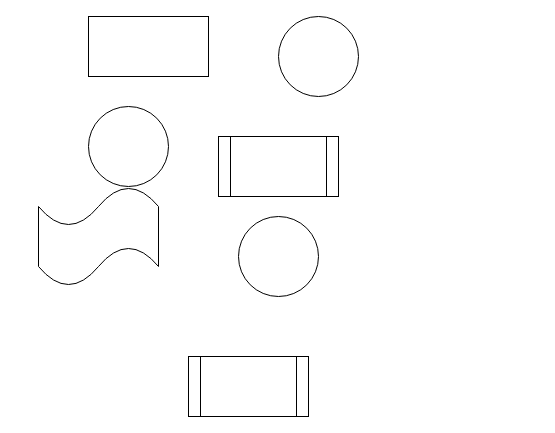
Before: Untitled Diagram.drawio in jiangzhanghong/test, a draw.io diagram. Source tidied: cells renumbered, new cells numbered last; positions are measured from the earlier drawing's top-left corner, leaving out a move shared by most shapes. Both pictures are drawn from the tidied source at 100%, with x=0, y=0 at pixel (38, 16).
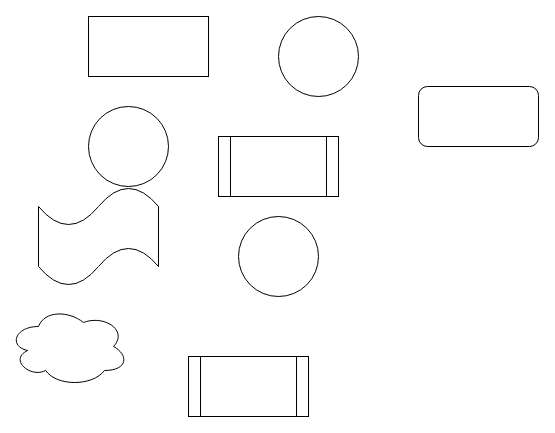
The same diagram, later.

Change to the diagram source:
```diff
@@
 <mxGraphModel>
   <root>
     <mxCell id="0" />
     <mxCell id="1" parent="0" />
     <mxCell id="2" style="shape=process;whiteSpace=wrap;html=1;backgroundOutline=1;" parent="1" vertex="1">
       <mxGeometry x="180" y="120" width="120" height="60" as="geometry" />
     </mxCell>
     <mxCell id="3" style="ellipse;whiteSpace=wrap;html=1;" parent="1" vertex="1">
       <mxGeometry x="200" y="200" width="80" height="80" as="geometry" />
     </mxCell>
     <mxCell id="4" style="shape=tape;whiteSpace=wrap;html=1;" parent="1" vertex="1">
       <mxGeometry y="170" width="120" height="100" as="geometry" />
     </mxCell>
     <mxCell id="5" style="ellipse;whiteSpace=wrap;html=1;" parent="1" vertex="1">
       <mxGeometry x="50" y="90" width="80" height="80" as="geometry" />
     </mxCell>
     <mxCell id="6" style="ellipse;whiteSpace=wrap;html=1;" parent="1" vertex="1">
       <mxGeometry x="240" width="80" height="80" as="geometry" />
     </mxCell>
     <mxCell id="7" style="shape=process;whiteSpace=wrap;html=1;backgroundOutline=1;" parent="1" vertex="1">
       <mxGeometry x="150" y="340" width="120" height="60" as="geometry" />
     </mxCell>
     <mxCell id="8" style="rounded=0;whiteSpace=wrap;html=1;" parent="1" vertex="1">
       <mxGeometry x="50" width="120" height="60" as="geometry" />
     </mxCell>
+    <mxCell id="9" style="rounded=1;whiteSpace=wrap;html=1;" parent="1" vertex="1">
+      <mxGeometry x="380" y="70" width="120" height="60" as="geometry" />
+    </mxCell>
+    <mxCell id="10" style="ellipse;shape=cloud;whiteSpace=wrap;html=1;" parent="1" vertex="1">
+      <mxGeometry x="-30" y="290" width="120" height="80" as="geometry" />
+    </mxCell>
   </root>
 </mxGraphModel>
```
